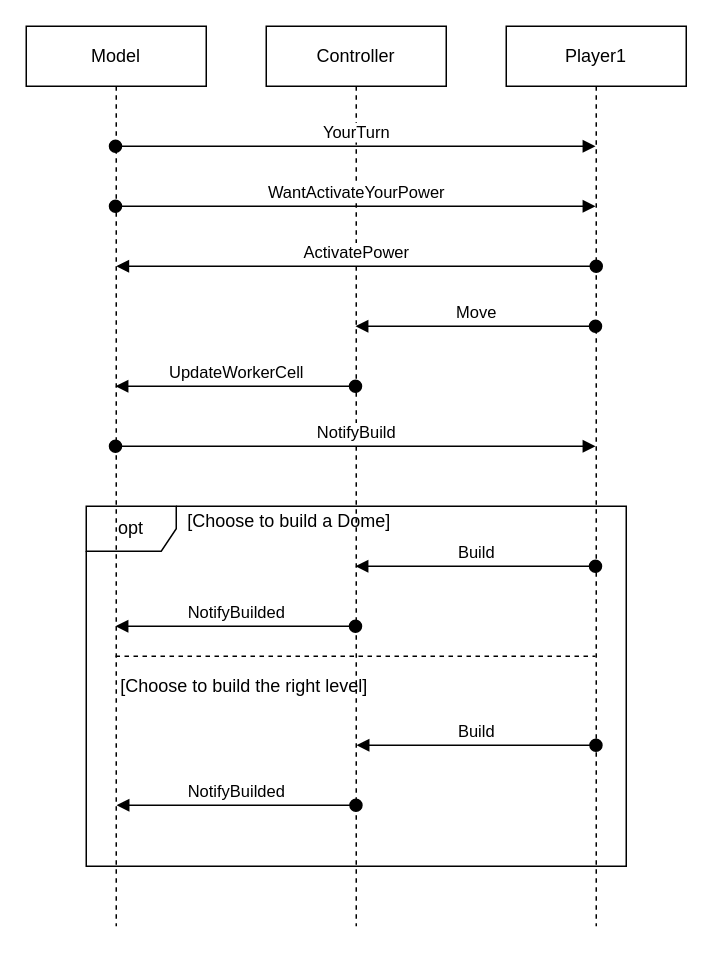
Earlier version of the draw.io diagram page "Case_Atlas" (4 of 8) of UML/newUML.drawio (matteovisotto/ing-sw-2020-Siriani-Stucchi-Visotto). Source tidied: cells renumbered, new cells numbered last; positions are measured from the earlier drawing's top-left corner, leaving out a move shared by most shapes. Both pictures are drawn from the tidied source at 150%, with x=0, y=0 at pixel (26, 26).
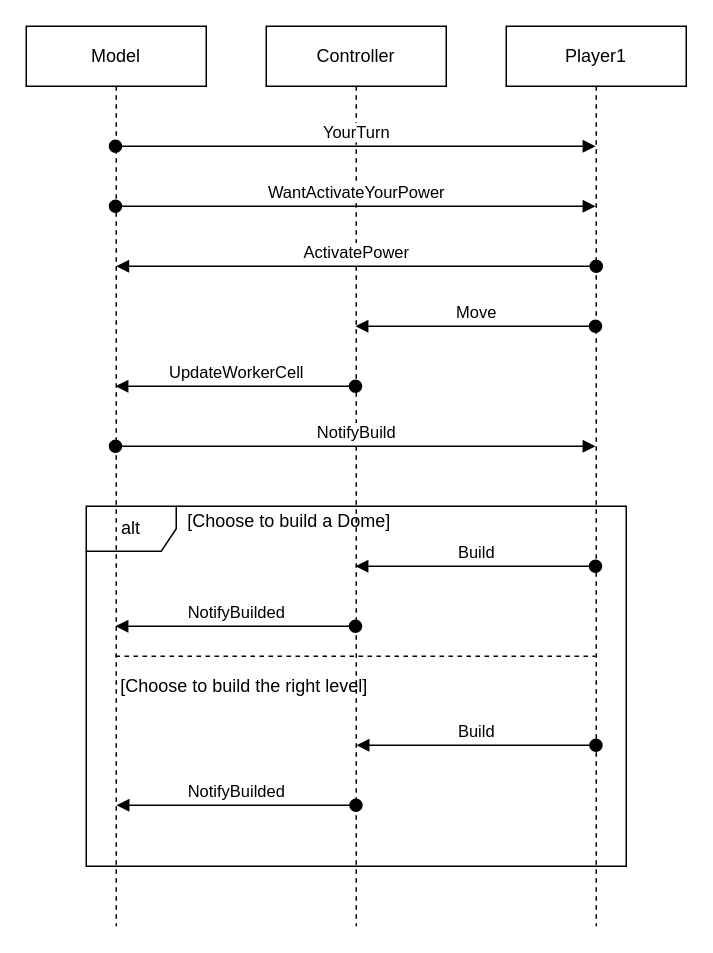
The same diagram, later.

Commit message:
Added Minotaur Case.

Change to the diagram source:
```diff
@@
-    <mxCell id="2" value="opt" style="shape=umlFrame;whiteSpace=wrap;html=1;" parent="1" vertex="1">
+    <mxCell id="2" value="alt" style="shape=umlFrame;whiteSpace=wrap;html=1;" parent="1" vertex="1">
       <mxGeometry x="40" y="320" width="360" height="240" as="geometry" />
     </mxCell>
```
